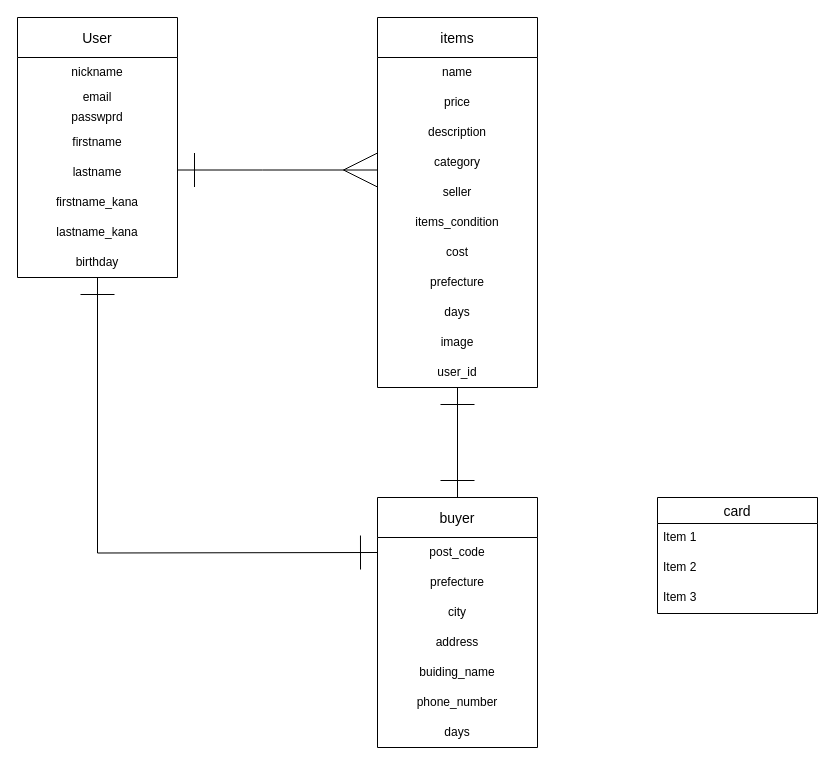
Earlier version of the draw.io diagram furima.dio (kuroneko-ruri/furima-35016). Source tidied: cells renumbered, new cells numbered last; positions are measured from the earlier drawing's top-left corner, leaving out a move shared by most shapes. Both pictures are drawn from the tidied source at 100%, with x=0, y=0 at pixel (17, 17).
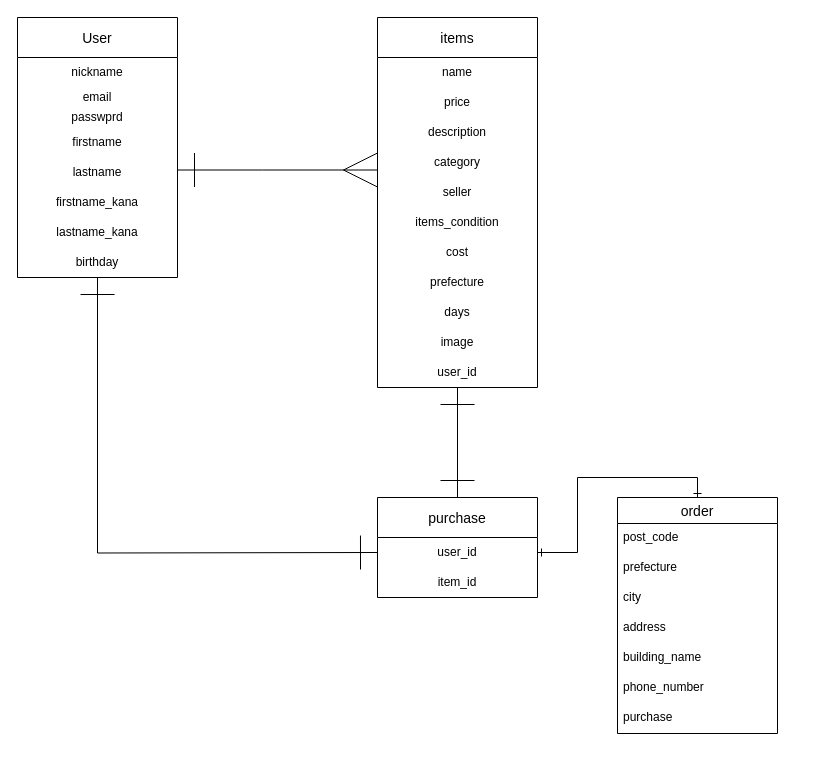
Above is the later version.

Diff of the diagram source:
```diff
@@
-    <mxCell id="24" value="buyer" style="swimlane;fontStyle=0;horizontal=1;startSize=40;align=center;fontSize=14;" parent="1" vertex="1">
-      <mxGeometry x="360" y="480" width="160" height="250" as="geometry" />
+    <mxCell id="24" value="purchase" style="swimlane;fontStyle=0;horizontal=1;startSize=40;align=center;fontSize=14;" parent="1" vertex="1">
+      <mxGeometry x="360" y="480" width="160" height="100" as="geometry" />
     </mxCell>
-    <mxCell id="25" value="post_code" style="text;html=1;strokeColor=none;fillColor=none;align=center;verticalAlign=middle;whiteSpace=wrap;rounded=0;" parent="24" vertex="1">
+    <mxCell id="25" value="user_id" style="text;html=1;strokeColor=none;fillColor=none;align=center;verticalAlign=middle;whiteSpace=wrap;rounded=0;" parent="24" vertex="1">
       <mxGeometry y="40" width="160" height="30" as="geometry" />
     </mxCell>
-    <mxCell id="26" value="prefecture" style="text;html=1;strokeColor=none;fillColor=none;align=center;verticalAlign=middle;whiteSpace=wrap;rounded=0;" parent="24" vertex="1">
+    <mxCell id="26" value="item_id" style="text;html=1;strokeColor=none;fillColor=none;align=center;verticalAlign=middle;whiteSpace=wrap;rounded=0;" parent="24" vertex="1">
       <mxGeometry y="70" width="160" height="30" as="geometry" />
     </mxCell>
-    <mxCell id="27" value="city" style="text;html=1;strokeColor=none;fillColor=none;align=center;verticalAlign=middle;whiteSpace=wrap;rounded=0;" parent="24" vertex="1">
-      <mxGeometry y="100" width="160" height="30" as="geometry" />
-    </mxCell>
-    <mxCell id="28" value="address" style="text;html=1;strokeColor=none;fillColor=none;align=center;verticalAlign=middle;whiteSpace=wrap;rounded=0;" parent="24" vertex="1">
-      <mxGeometry y="130" width="160" height="30" as="geometry" />
-    </mxCell>
-    <mxCell id="29" value="buiding_name" style="text;html=1;strokeColor=none;fillColor=none;align=center;verticalAlign=middle;whiteSpace=wrap;rounded=0;" parent="24" vertex="1">
-      <mxGeometry y="160" width="160" height="30" as="geometry" />
-    </mxCell>
-    <mxCell id="30" value="phone_number" style="text;html=1;strokeColor=none;fillColor=none;align=center;verticalAlign=middle;whiteSpace=wrap;rounded=0;" parent="24" vertex="1">
-      <mxGeometry y="190" width="160" height="30" as="geometry" />
-    </mxCell>
-    <mxCell id="31" value="days" style="text;html=1;strokeColor=none;fillColor=none;align=center;verticalAlign=middle;whiteSpace=wrap;rounded=0;" parent="24" vertex="1">
-      <mxGeometry y="220" width="160" height="30" as="geometry" />
-    </mxCell>
@@
-    <mxCell id="34" value="card" style="swimlane;fontStyle=0;horizontal=1;startSize=26;align=center;fontSize=14;" parent="1" vertex="1">
-      <mxGeometry x="640" y="480" width="160" height="116" as="geometry" />
+    <mxCell id="34" value="order" style="swimlane;fontStyle=0;horizontal=1;startSize=26;align=center;fontSize=14;" parent="1" vertex="1">
+      <mxGeometry x="600" y="480" width="160" height="236" as="geometry" />
     </mxCell>
-    <mxCell id="35" value="Item 1" style="text;strokeColor=none;fillColor=none;spacingLeft=4;spacingRight=4;overflow=hidden;fontSize=12;" parent="34" vertex="1">
-      <mxGeometry y="26" width="160" height="30" as="geometry" />
-    </mxCell>
-    <mxCell id="36" value="Item 2" style="text;strokeColor=none;fillColor=none;spacingLeft=4;spacingRight=4;overflow=hidden;fontSize=12;" parent="34" vertex="1">
-      <mxGeometry y="56" width="160" height="30" as="geometry" />
+    <mxCell id="36" value="post_code" style="text;strokeColor=none;fillColor=none;spacingLeft=4;spacingRight=4;overflow=hidden;fontSize=12;" parent="34" vertex="1">
+      <mxGeometry y="26" width="160" height="30" as="geometry" />
     </mxCell>
-    <mxCell id="37" value="Item 3" style="text;strokeColor=none;fillColor=none;spacingLeft=4;spacingRight=4;overflow=hidden;fontSize=12;" parent="34" vertex="1">
-      <mxGeometry y="86" width="160" height="30" as="geometry" />
+    <mxCell id="37" value="prefecture" style="text;strokeColor=none;fillColor=none;spacingLeft=4;spacingRight=4;overflow=hidden;fontSize=12;" parent="34" vertex="1">
+      <mxGeometry y="56" width="160" height="30" as="geometry" />
     </mxCell>
+    <mxCell id="27" value="city" style="text;strokeColor=none;fillColor=none;spacingLeft=4;spacingRight=4;overflow=hidden;fontSize=12;" parent="34" vertex="1">
+      <mxGeometry y="86" width="160" height="30" as="geometry" />
+    </mxCell>
+    <mxCell id="28" value="address" style="text;strokeColor=none;fillColor=none;spacingLeft=4;spacingRight=4;overflow=hidden;fontSize=12;" parent="34" vertex="1">
+      <mxGeometry y="116" width="160" height="30" as="geometry" />
+    </mxCell>
+    <mxCell id="38" value="building_name" style="text;strokeColor=none;fillColor=none;spacingLeft=4;spacingRight=4;overflow=hidden;fontSize=12;" parent="34" vertex="1">
+      <mxGeometry y="146" width="160" height="30" as="geometry" />
+    </mxCell>
+    <mxCell id="30" value="phone_number" style="text;strokeColor=none;fillColor=none;spacingLeft=4;spacingRight=4;overflow=hidden;fontSize=12;" parent="34" vertex="1">
+      <mxGeometry y="176" width="160" height="30" as="geometry" />
+    </mxCell>
+    <mxCell id="39" value="purchase" style="text;strokeColor=none;fillColor=none;spacingLeft=4;spacingRight=4;overflow=hidden;fontSize=12;" parent="34" vertex="1">
+      <mxGeometry y="206" width="160" height="30" as="geometry" />
+    </mxCell>
+    <mxCell id="40" style="edgeStyle=orthogonalEdgeStyle;rounded=0;jettySize=auto;html=1;entryX=0.5;entryY=0;entryDx=0;entryDy=0;endArrow=ERone;endFill=0;startArrow=ERone;startFill=0;" parent="1" edge="1" source="25" target="34">
+      <mxGeometry relative="1" as="geometry" />
+    </mxCell>
```
